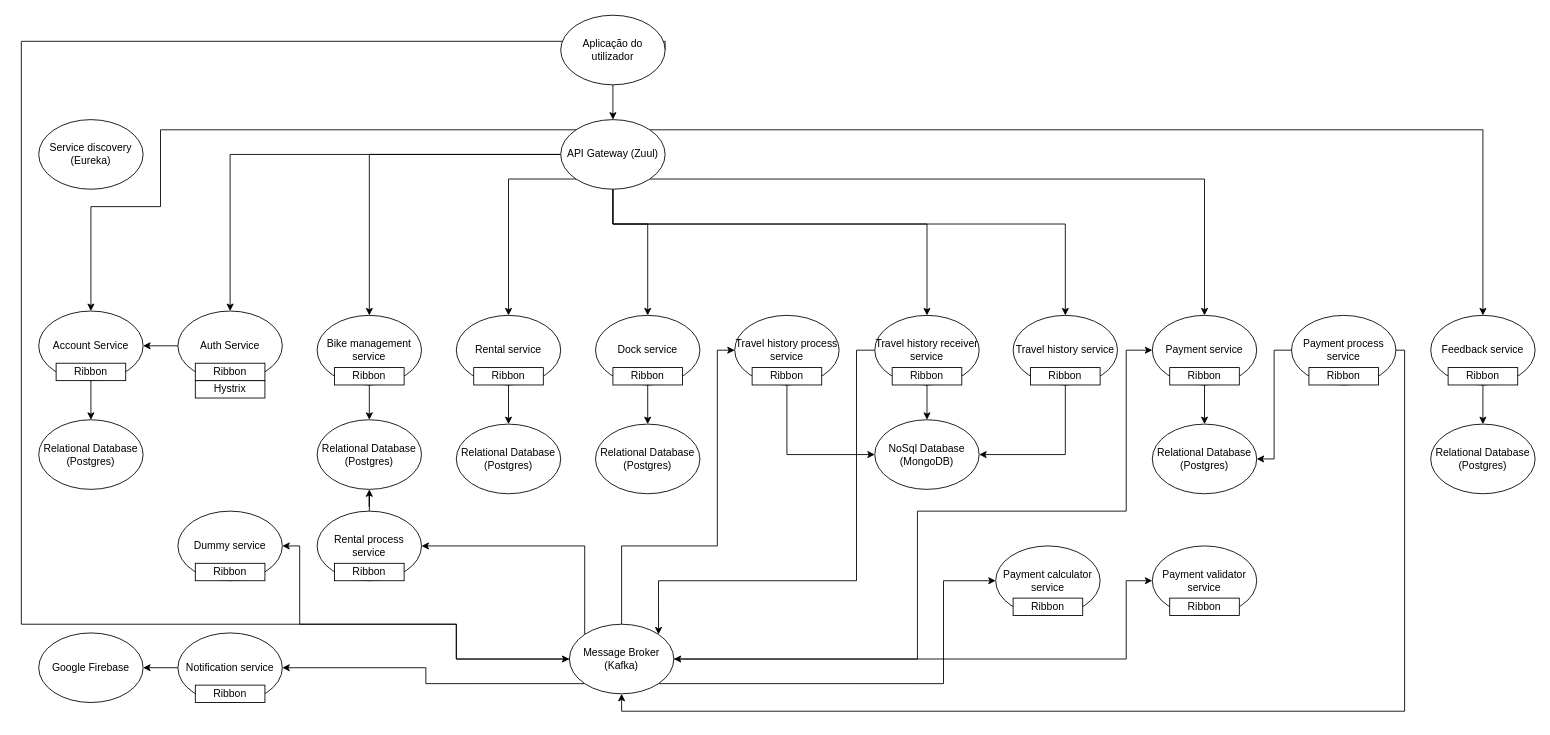
Above: architecture.drawio in danielpinto8zz6/BikeSharing (draw.io), before the change. Source tidied: cells renumbered, new cells numbered last; positions are measured from the earlier drawing's top-left corner, leaving out a move shared by most shapes. Both pictures are drawn from the tidied source at 87%, with x=0, y=0 at pixel (21, 15).
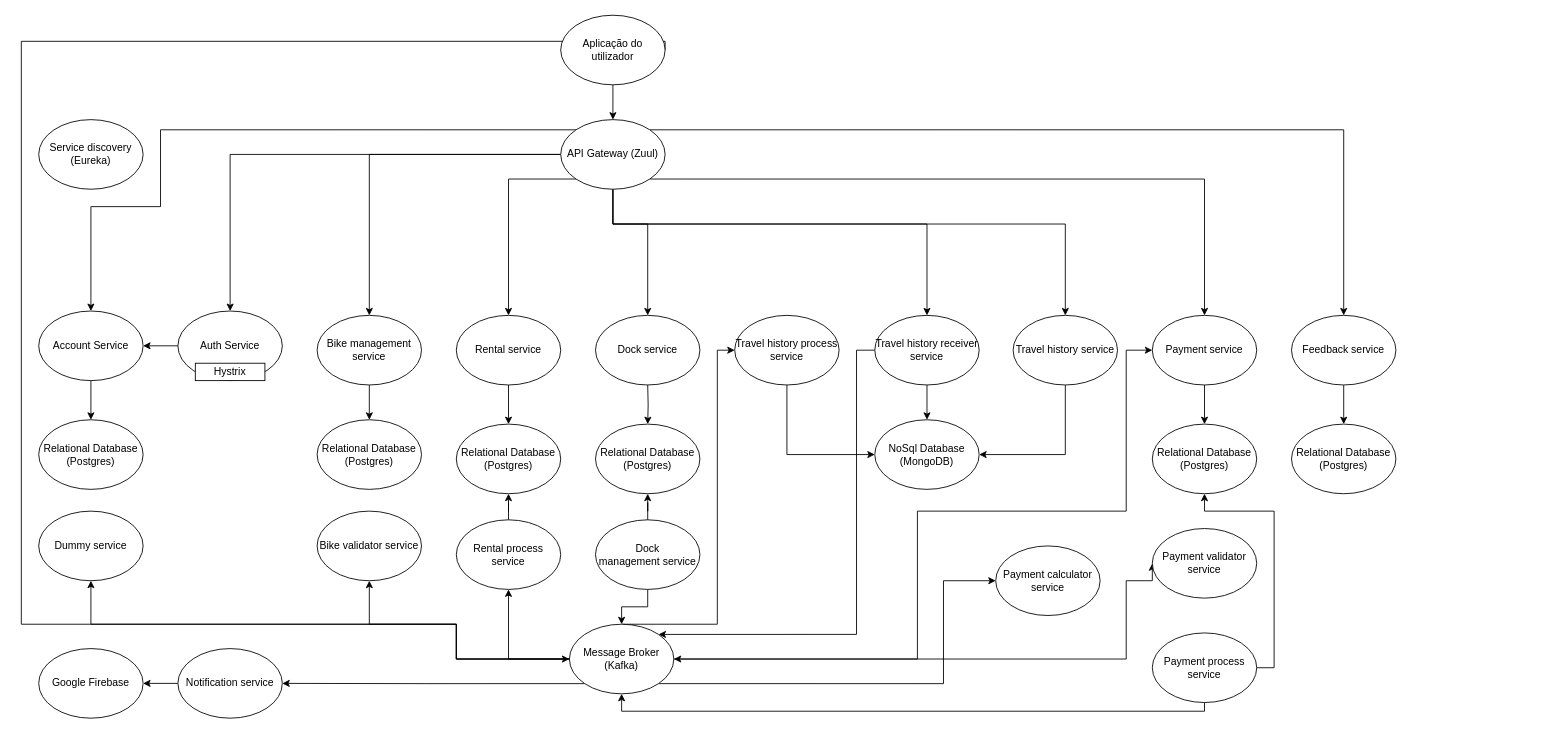
The same page after the edit.

The change refers to these unchanged cells:
```xml
<mxCell id="23" value="Relational Database (Postgres)" style="ellipse;whiteSpace=wrap;html=1;" parent="1" vertex="1">
  <mxGeometry x="1300" y="470" width="120" height="80" as="geometry" />
</mxCell>
<mxCell id="26" value="Relational Database (Postgres)" style="ellipse;whiteSpace=wrap;html=1;" parent="1" vertex="1">
  <mxGeometry x="500" y="470" width="120" height="80" as="geometry" />
</mxCell>
<mxCell id="28" value="Travel history process service" style="ellipse;whiteSpace=wrap;html=1;" parent="1" vertex="1">
  <mxGeometry x="820" y="345" width="120" height="80" as="geometry" />
</mxCell>
<mxCell id="35" value="Relational Database (Postgres)" style="ellipse;whiteSpace=wrap;html=1;" parent="1" vertex="1">
  <mxGeometry x="340" y="465" width="120" height="80" as="geometry" />
</mxCell>
<mxCell id="36" value="Relational Database (Postgres)" style="ellipse;whiteSpace=wrap;html=1;" parent="1" vertex="1">
  <mxGeometry x="660" y="470" width="120" height="80" as="geometry" />
</mxCell>
<mxCell id="44" value="Message Broker (Kafka)" style="ellipse;whiteSpace=wrap;html=1;" parent="1" vertex="1">
  <mxGeometry x="630" y="700" width="120" height="80" as="geometry" />
</mxCell>
<mxCell id="60" style="group;" parent="1" vertex="1">
  <mxGeometry x="1120" y="610" width="120" height="100" as="geometry" />
</mxCell>
<mxCell id="65" style="group;" parent="1" vertex="1">
  <mxGeometry x="660" y="345" width="120" height="100" as="geometry" />
</mxCell>
<mxCell id="76" value="Travel history receiver service" style="ellipse;whiteSpace=wrap;html=1;" parent="1" vertex="1">
  <mxGeometry x="981" y="345" width="120" height="80" as="geometry" />
</mxCell>
```

Diff of the diagram source:
```diff
@@
     <mxCell id="30" value="Feedback service" style="ellipse;whiteSpace=wrap;html=1;" parent="1" vertex="1">
-      <mxGeometry x="1620" y="345" width="120" height="80" as="geometry" />
+      <mxGeometry x="1460" y="345" width="120" height="80" as="geometry" />
     </mxCell>
@@
     <mxCell id="33" value="Relational Database (Postgres)" style="ellipse;whiteSpace=wrap;html=1;" parent="1" vertex="1">
-      <mxGeometry x="1620" y="470" width="120" height="80" as="geometry" />
+      <mxGeometry x="1460" y="470" width="120" height="80" as="geometry" />
     </mxCell>
@@
-    <mxCell id="39" style="edgeStyle=orthogonalEdgeStyle;rounded=0;jettySize=auto;html=1;entryX=0;entryY=0.5;entryDx=0;entryDy=0;" parent="1" edge="1" source="44" target="28">
-      <mxGeometry relative="1" as="geometry">
-        <Array as="points">
-          <mxPoint x="690" y="610" />
-          <mxPoint x="800" y="610" />
-          <mxPoint x="800" y="385" />
-        </Array>
-      </mxGeometry>
-    </mxCell>
@@
+    <mxCell id="43" style="edgeStyle=orthogonalEdgeStyle;rounded=0;jettySize=auto;html=1;entryX=0.5;entryY=1;entryDx=0;entryDy=0;" parent="1" edge="1" source="44" target="88">
+      <mxGeometry relative="1" as="geometry">
+        <Array as="points">
+          <mxPoint x="500" y="740" />
+          <mxPoint x="500" y="700" />
+          <mxPoint x="80" y="700" />
+        </Array>
+      </mxGeometry>
+    </mxCell>
+    <mxCell id="39" style="edgeStyle=orthogonalEdgeStyle;rounded=0;jettySize=auto;html=1;entryX=0;entryY=0.5;entryDx=0;entryDy=0;" parent="1" edge="1" source="44" target="28">
+      <mxGeometry relative="1" as="geometry">
+        <Array as="points">
+          <mxPoint x="800" y="700" />
+          <mxPoint x="800" y="385" />
+        </Array>
+      </mxGeometry>
+    </mxCell>
-    <mxCell id="42" style="edgeStyle=orthogonalEdgeStyle;rounded=0;jettySize=auto;html=1;exitX=0;exitY=0;exitDx=0;exitDy=0;entryX=1;entryY=0.5;entryDx=0;entryDy=0;" parent="1" edge="1" source="44" target="86">
-      <mxGeometry relative="1" as="geometry">
-        <Array as="points">
-          <mxPoint x="648" y="610" />
-        </Array>
-      </mxGeometry>
+    <mxCell id="42" style="edgeStyle=orthogonalEdgeStyle;rounded=0;jettySize=auto;html=1;" parent="1" edge="1" source="44" target="86">
+      <mxGeometry relative="1" as="geometry" />
     </mxCell>
-    <mxCell id="43" style="edgeStyle=orthogonalEdgeStyle;rounded=0;jettySize=auto;html=1;entryX=1;entryY=0.5;entryDx=0;entryDy=0;" parent="1" edge="1" source="44" target="88">
-      <mxGeometry relative="1" as="geometry">
-        <Array as="points">
-          <mxPoint x="500" y="740" />
-          <mxPoint x="500" y="700" />
-          <mxPoint x="320" y="700" />
-          <mxPoint x="320" y="610" />
-        </Array>
-      </mxGeometry>
-    </mxCell>
+    <mxCell id="90" style="edgeStyle=orthogonalEdgeStyle;rounded=0;jettySize=auto;html=1;" parent="1" edge="1" source="44" target="96">
+      <mxGeometry relative="1" as="geometry">
+        <Array as="points">
+          <mxPoint x="500" y="740" />
+          <mxPoint x="500" y="700" />
+          <mxPoint x="400" y="700" />
+        </Array>
+      </mxGeometry>
+    </mxCell>
@@
     <mxCell id="47" style="group;" parent="1" vertex="1">
-      <mxGeometry x="200" y="400" width="80" height="40" as="geometry" />
+      <mxGeometry x="200" y="380" width="80" height="40" as="geometry" />
     </mxCell>
@@
-    <mxCell id="49" value="Ribbon" style="rounded=0;whiteSpace=wrap;html=1;" parent="47" vertex="1">
-      <mxGeometry width="80" height="20" as="geometry" />
-    </mxCell>
-    <mxCell id="50" value="Ribbon" style="rounded=0;whiteSpace=wrap;html=1;" parent="1" vertex="1">
-      <mxGeometry x="40" y="400" width="80" height="20" as="geometry" />
-    </mxCell>
-    <mxCell id="51" style="group;" parent="1" vertex="1">
-      <mxGeometry x="360" y="405" width="80" height="40" as="geometry" />
-    </mxCell>
-    <mxCell id="52" value="Ribbon" style="rounded=0;whiteSpace=wrap;html=1;" parent="51" vertex="1">
-      <mxGeometry width="80" height="20" as="geometry" />
-    </mxCell>
-    <mxCell id="53" style="group;" parent="1" vertex="1">
-      <mxGeometry x="520" y="405" width="80" height="40" as="geometry" />
-    </mxCell>
-    <mxCell id="54" value="Ribbon" style="rounded=0;whiteSpace=wrap;html=1;" parent="53" vertex="1">
-      <mxGeometry width="80" height="20" as="geometry" />
-    </mxCell>
-    <mxCell id="55" style="group;" parent="1" vertex="1">
-      <mxGeometry x="840" y="405" width="80" height="40" as="geometry" />
-    </mxCell>
-    <mxCell id="56" value="Ribbon" style="rounded=0;whiteSpace=wrap;html=1;" parent="55" vertex="1">
-      <mxGeometry width="80" height="20" as="geometry" />
-    </mxCell>
-    <mxCell id="57" value="Ribbon" style="rounded=0;whiteSpace=wrap;html=1;" parent="1" vertex="1">
-      <mxGeometry x="1160" y="405" width="80" height="20" as="geometry" />
-    </mxCell>
-    <mxCell id="58" value="Ribbon" style="rounded=0;whiteSpace=wrap;html=1;" parent="1" vertex="1">
-      <mxGeometry x="1320" y="405" width="80" height="20" as="geometry" />
-    </mxCell>
-    <mxCell id="59" value="Ribbon" style="rounded=0;whiteSpace=wrap;html=1;" parent="1" vertex="1">
-      <mxGeometry x="1640" y="405" width="80" height="20" as="geometry" />
-    </mxCell>
@@
-    <mxCell id="62" value="Ribbon" style="rounded=0;whiteSpace=wrap;html=1;" parent="60" vertex="1">
-      <mxGeometry x="20" y="60" width="80" height="20" as="geometry" />
-    </mxCell>
@@
     <mxCell id="64" value="Google Firebase" style="ellipse;whiteSpace=wrap;html=1;" parent="1" vertex="1">
-      <mxGeometry x="20" y="710" width="120" height="80" as="geometry" />
+      <mxGeometry x="20" y="728" width="120" height="80" as="geometry" />
     </mxCell>
@@
-    <mxCell id="67" style="group;" parent="65" vertex="1">
-      <mxGeometry x="20" y="60" width="80" height="40" as="geometry" />
-    </mxCell>
-    <mxCell id="68" value="Ribbon" style="rounded=0;whiteSpace=wrap;html=1;" parent="67" vertex="1">
-      <mxGeometry width="80" height="20" as="geometry" />
-    </mxCell>
-    <mxCell id="69" style="edgeStyle=orthogonalEdgeStyle;rounded=0;jettySize=auto;html=1;exitX=0.5;exitY=1;exitDx=0;exitDy=0;" parent="1" edge="1" source="68" target="36">
-      <mxGeometry relative="1" as="geometry" />
+    <mxCell id="69" style="edgeStyle=orthogonalEdgeStyle;rounded=0;jettySize=auto;html=1;exitX=0.5;exitY=1;exitDx=0;exitDy=0;" parent="1" edge="1" target="36">
+      <mxGeometry relative="1" as="geometry">
+        <mxPoint x="720" y="425" as="sourcePoint" />
+      </mxGeometry>
     </mxCell>
+    <mxCell id="73" style="edgeStyle=orthogonalEdgeStyle;rounded=0;jettySize=auto;html=1;exitX=1;exitY=0.5;exitDx=0;exitDy=0;entryX=0.5;entryY=1;entryDx=0;entryDy=0;" parent="1" edge="1" source="71" target="23">
+      <mxGeometry relative="1" as="geometry">
+        <Array as="points">
+          <mxPoint x="1440" y="750" />
+          <mxPoint x="1440" y="570" />
+          <mxPoint x="1360" y="570" />
+        </Array>
+      </mxGeometry>
+    </mxCell>
-    <mxCell id="70" style="edgeStyle=orthogonalEdgeStyle;rounded=0;jettySize=auto;html=1;exitX=1;exitY=0.5;exitDx=0;exitDy=0;entryX=0.5;entryY=1;entryDx=0;entryDy=0;" parent="1" edge="1" source="71" target="44">
+    <mxCell id="70" style="edgeStyle=orthogonalEdgeStyle;rounded=0;jettySize=auto;html=1;exitX=0.5;exitY=1;exitDx=0;exitDy=0;entryX=0.5;entryY=1;entryDx=0;entryDy=0;" parent="1" edge="1" source="71" target="44">
       <mxGeometry relative="1" as="geometry">
         <Array as="points">
-          <mxPoint x="1590" y="385" />
-          <mxPoint x="1590" y="800" />
+          <mxPoint x="1360" y="800" />
           <mxPoint x="690" y="800" />
         </Array>
       </mxGeometry>
     </mxCell>
     <mxCell id="71" value="Payment process service" style="ellipse;whiteSpace=wrap;html=1;" parent="1" vertex="1">
-      <mxGeometry x="1460" y="345" width="120" height="80" as="geometry" />
+      <mxGeometry x="1300" y="710" width="120" height="80" as="geometry" />
     </mxCell>
-    <mxCell id="72" value="Ribbon" style="rounded=0;whiteSpace=wrap;html=1;" parent="1" vertex="1">
-      <mxGeometry x="1480" y="405" width="80" height="20" as="geometry" />
-    </mxCell>
-    <mxCell id="73" style="edgeStyle=orthogonalEdgeStyle;rounded=0;jettySize=auto;html=1;entryX=1;entryY=0.5;entryDx=0;entryDy=0;exitX=0;exitY=0.5;exitDx=0;exitDy=0;" parent="1" edge="1" source="71" target="23">
-      <mxGeometry relative="1" as="geometry">
-        <Array as="points">
-          <mxPoint x="1440" y="385" />
-          <mxPoint x="1440" y="510" />
-        </Array>
-      </mxGeometry>
-    </mxCell>
@@
     <mxCell id="75" style="edgeStyle=orthogonalEdgeStyle;rounded=0;jettySize=auto;html=1;entryX=1;entryY=0;entryDx=0;entryDy=0;" parent="1" edge="1" source="76" target="44">
       <mxGeometry relative="1" as="geometry">
         <Array as="points">
           <mxPoint x="960" y="385" />
-          <mxPoint x="960" y="650" />
-          <mxPoint x="732" y="650" />
+          <mxPoint x="960" y="712" />
         </Array>
       </mxGeometry>
     </mxCell>
@@
-    <mxCell id="77" value="Ribbon" style="rounded=0;whiteSpace=wrap;html=1;" parent="1" vertex="1">
-      <mxGeometry x="1001" y="405" width="80" height="20" as="geometry" />
-    </mxCell>
     <mxCell id="78" style="group;" parent="1" vertex="1">
-      <mxGeometry x="1300" y="610" width="120" height="100" as="geometry" />
+      <mxGeometry x="1300" y="590" width="120" height="100" as="geometry" />
     </mxCell>
@@
-    <mxCell id="80" value="Ribbon" style="rounded=0;whiteSpace=wrap;html=1;" parent="78" vertex="1">
-      <mxGeometry x="20" y="60" width="80" height="20" as="geometry" />
-    </mxCell>
@@
     <mxCell id="82" value="Notification service" style="ellipse;whiteSpace=wrap;html=1;" parent="1" vertex="1">
-      <mxGeometry x="180" y="710" width="120" height="80" as="geometry" />
+      <mxGeometry x="180" y="728" width="120" height="80" as="geometry" />
     </mxCell>
-    <mxCell id="83" style="group;" parent="1" vertex="1">
-      <mxGeometry x="200" y="770" width="80" height="40" as="geometry" />
-    </mxCell>
-    <mxCell id="84" value="Ribbon" style="rounded=0;whiteSpace=wrap;html=1;" parent="83" vertex="1">
-      <mxGeometry width="80" height="20" as="geometry" />
-    </mxCell>
-    <mxCell id="85" style="edgeStyle=orthogonalEdgeStyle;rounded=0;jettySize=auto;html=1;entryX=0.5;entryY=1;entryDx=0;entryDy=0;" parent="1" edge="1" source="86" target="35">
-      <mxGeometry relative="1" as="geometry" />
-    </mxCell>
+    <mxCell id="91" style="edgeStyle=orthogonalEdgeStyle;rounded=0;jettySize=auto;html=1;" parent="1" edge="1" source="86" target="26">
+      <mxGeometry relative="1" as="geometry" />
+    </mxCell>
     <mxCell id="86" value="Rental process service" style="ellipse;whiteSpace=wrap;html=1;" parent="1" vertex="1">
-      <mxGeometry x="340" y="570" width="120" height="80" as="geometry" />
+      <mxGeometry x="500" y="580" width="120" height="80" as="geometry" />
     </mxCell>
-    <mxCell id="87" value="Ribbon" style="rounded=0;whiteSpace=wrap;html=1;" parent="1" vertex="1">
-      <mxGeometry x="360" y="630" width="80" height="20" as="geometry" />
-    </mxCell>
     <mxCell id="88" value="Dummy service" style="ellipse;whiteSpace=wrap;html=1;" parent="1" vertex="1">
-      <mxGeometry x="180" y="570" width="120" height="80" as="geometry" />
+      <mxGeometry x="20" y="570" width="120" height="80" as="geometry" />
     </mxCell>
-    <mxCell id="89" value="Ribbon" style="rounded=0;whiteSpace=wrap;html=1;" parent="1" vertex="1">
-      <mxGeometry x="200" y="630" width="80" height="20" as="geometry" />
-    </mxCell>
+    <mxCell id="92" style="group;" parent="1" vertex="1">
+      <mxGeometry x="660" y="580" width="120" height="100" as="geometry" />
+    </mxCell>
+    <mxCell id="93" value="&lt;div&gt;Dock management&amp;nbsp;&lt;span&gt;service&lt;/span&gt;&lt;/div&gt;" style="ellipse;whiteSpace=wrap;html=1;" parent="92" vertex="1">
+      <mxGeometry width="120" height="80" as="geometry" />
+    </mxCell>
+    <mxCell id="94" style="edgeStyle=orthogonalEdgeStyle;rounded=0;jettySize=auto;html=1;" parent="1" edge="1" source="93" target="36">
+      <mxGeometry relative="1" as="geometry" />
+    </mxCell>
+    <mxCell id="95" style="edgeStyle=orthogonalEdgeStyle;rounded=0;jettySize=auto;html=1;exitX=0.5;exitY=1;exitDx=0;exitDy=0;" parent="1" edge="1" source="93" target="44">
+      <mxGeometry relative="1" as="geometry">
+        <Array as="points">
+          <mxPoint x="720" y="680" />
+          <mxPoint x="690" y="680" />
+        </Array>
+      </mxGeometry>
+    </mxCell>
+    <mxCell id="96" value="Bike validator service" style="ellipse;whiteSpace=wrap;html=1;" parent="1" vertex="1">
+      <mxGeometry x="340" y="570" width="120" height="80" as="geometry" />
+    </mxCell>
```
